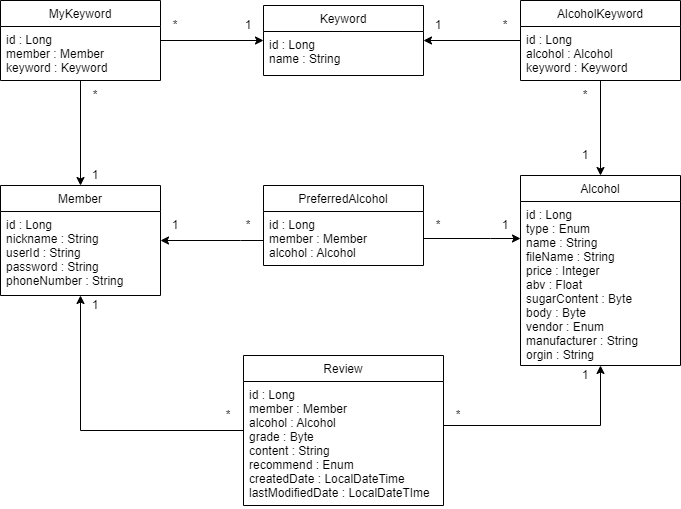
Earlier version of the draw.io export pyeonsool-class.png (great-sprout/PyeonSool). Source tidied: cells renumbered, new cells last; positions are measured from the earlier drawing's top-left corner, leaving out a move shared by most shapes.
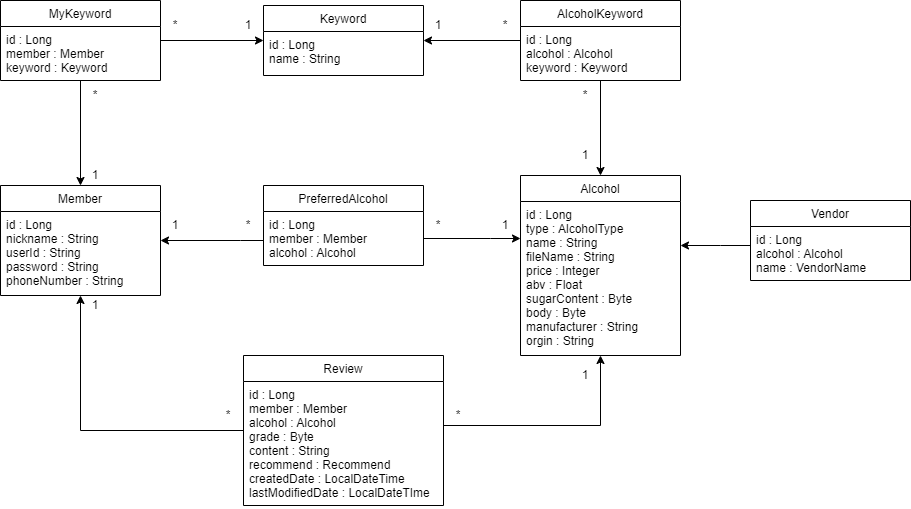
The same file after the commit.

Commit message:
docs: Vendor 클래스 추가

Diff of the diagram source:
```diff
@@ -39,10 +39,10 @@
       <mxGeometry y="26" width="160" height="54" as="geometry" />
     </mxCell>
     <mxCell id="14" value="Alcohol" style="swimlane;fontStyle=0;align=center;verticalAlign=top;horizontal=1;startSize=26;rounded=0;shadow=0;strokeWidth=1;" parent="1" vertex="1">
-      <mxGeometry x="520" y="175" width="160" height="190" as="geometry" />
+      <mxGeometry x="520" y="175" width="160" height="180" as="geometry" />
     </mxCell>
-    <mxCell id="15" value="id : Long&#10;type : Enum&#10;name : String&#10;fileName : String&#10;price : Integer&#10;abv : Float&#10;sugarContent : Byte&#10;body : Byte&#10;vendor : Enum&#10;manufacturer : String&#10;orgin : String" style="text;align=left;verticalAlign=top;spacingLeft=4;spacingRight=4;overflow=hidden;" parent="14" vertex="1">
-      <mxGeometry y="26" width="160" height="164" as="geometry" />
+    <mxCell id="15" value="id : Long&#10;type : AlcoholType&#10;name : String&#10;fileName : String&#10;price : Integer&#10;abv : Float&#10;sugarContent : Byte&#10;body : Byte&#10;manufacturer : String&#10;orgin : String" style="text;align=left;verticalAlign=top;spacingLeft=4;spacingRight=4;overflow=hidden;" parent="14" vertex="1">
+      <mxGeometry y="26" width="160" height="154" as="geometry" />
     </mxCell>
     <mxCell id="16" style="edgeStyle=orthogonalEdgeStyle;rounded=0;jettySize=auto;html=1;" parent="1" edge="1" source="17" target="2">
       <mxGeometry relative="1" as="geometry">
@@ -64,7 +64,7 @@
     <mxCell id="20" value="Review" style="swimlane;fontStyle=0;align=center;verticalAlign=top;horizontal=1;startSize=26;rounded=0;shadow=0;strokeWidth=1;" parent="1" vertex="1">
       <mxGeometry x="243" y="355" width="200" height="150" as="geometry" />
     </mxCell>
-    <mxCell id="21" value="id : Long&#10;member : Member&#10;alcohol : Alcohol&#10;grade : Byte&#10;content : String&#10;recommend : Enum&#10;createdDate : LocalDateTime&#10;lastModifiedDate : LocalDateTIme" style="text;align=left;verticalAlign=top;spacingLeft=4;spacingRight=4;overflow=hidden;points=[[0,0.5],[1,0.5]];portConstraint=eastwest;" parent="20" vertex="1">
+    <mxCell id="21" value="id : Long&#10;member : Member&#10;alcohol : Alcohol&#10;grade : Byte&#10;content : String&#10;recommend : Recommend&#10;createdDate : LocalDateTime&#10;lastModifiedDate : LocalDateTIme" style="text;align=left;verticalAlign=top;spacingLeft=4;spacingRight=4;overflow=hidden;points=[[0,0.5],[1,0.5]];portConstraint=eastwest;" parent="20" vertex="1">
       <mxGeometry y="26" width="200" height="124" as="geometry" />
     </mxCell>
     <mxCell id="22" style="edgeStyle=orthogonalEdgeStyle;rounded=0;jettySize=auto;html=1;" parent="1" edge="1" source="18" target="14">
@@ -130,5 +130,19 @@
     <mxCell id="39" value="*" style="text;html=1;strokeColor=none;fillColor=none;align=center;verticalAlign=middle;whiteSpace=wrap;rounded=0;" parent="1" vertex="1">
       <mxGeometry x="443" y="405" width="30" height="20" as="geometry" />
     </mxCell>
+    <mxCell id="40" value="Vendor" style="swimlane;fontStyle=0;align=center;verticalAlign=top;horizontal=1;startSize=26;rounded=0;shadow=0;strokeWidth=1;" parent="1" vertex="1">
+      <mxGeometry x="750" y="200" width="160" height="80" as="geometry" />
+    </mxCell>
+    <mxCell id="41" value="id : Long&#10;alcohol : Alcohol&#10;name : VendorName" style="text;align=left;verticalAlign=top;spacingLeft=4;spacingRight=4;overflow=hidden;points=[[0,0.5],[1,0.5]];portConstraint=eastwest;" parent="40" vertex="1">
+      <mxGeometry y="26" width="160" height="54" as="geometry" />
+    </mxCell>
+    <mxCell id="42" style="edgeStyle=orthogonalEdgeStyle;rounded=0;jettySize=auto;html=1;" parent="1" edge="1" source="41" target="14">
+      <mxGeometry relative="1" as="geometry">
+        <Array as="points">
+          <mxPoint x="720" y="245" />
+          <mxPoint x="720" y="245" />
+        </Array>
+      </mxGeometry>
+    </mxCell>
   </root>
 </mxGraphModel>
```
